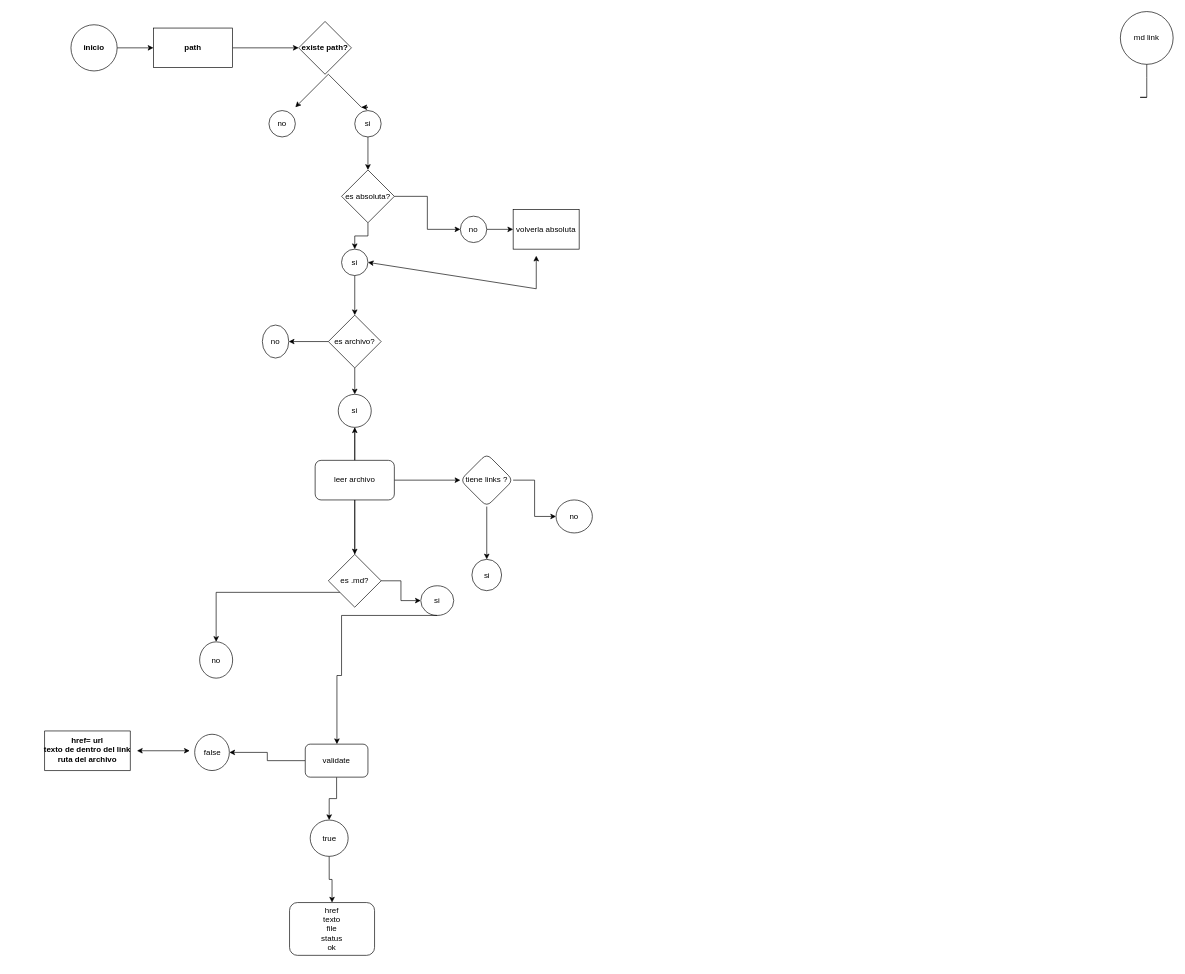
MarjorieAlonso/DEV001-md-links keeps this draw.io diagram as Diagrama sin título.drawio. Above is the earlier version. Source tidied: cells renumbered, new cells numbered last; positions are measured from the earlier drawing's top-left corner, leaving out a move shared by most shapes. Both pictures are drawn from the tidied source at 66%, with x=0, y=0 at pixel (44, 11).
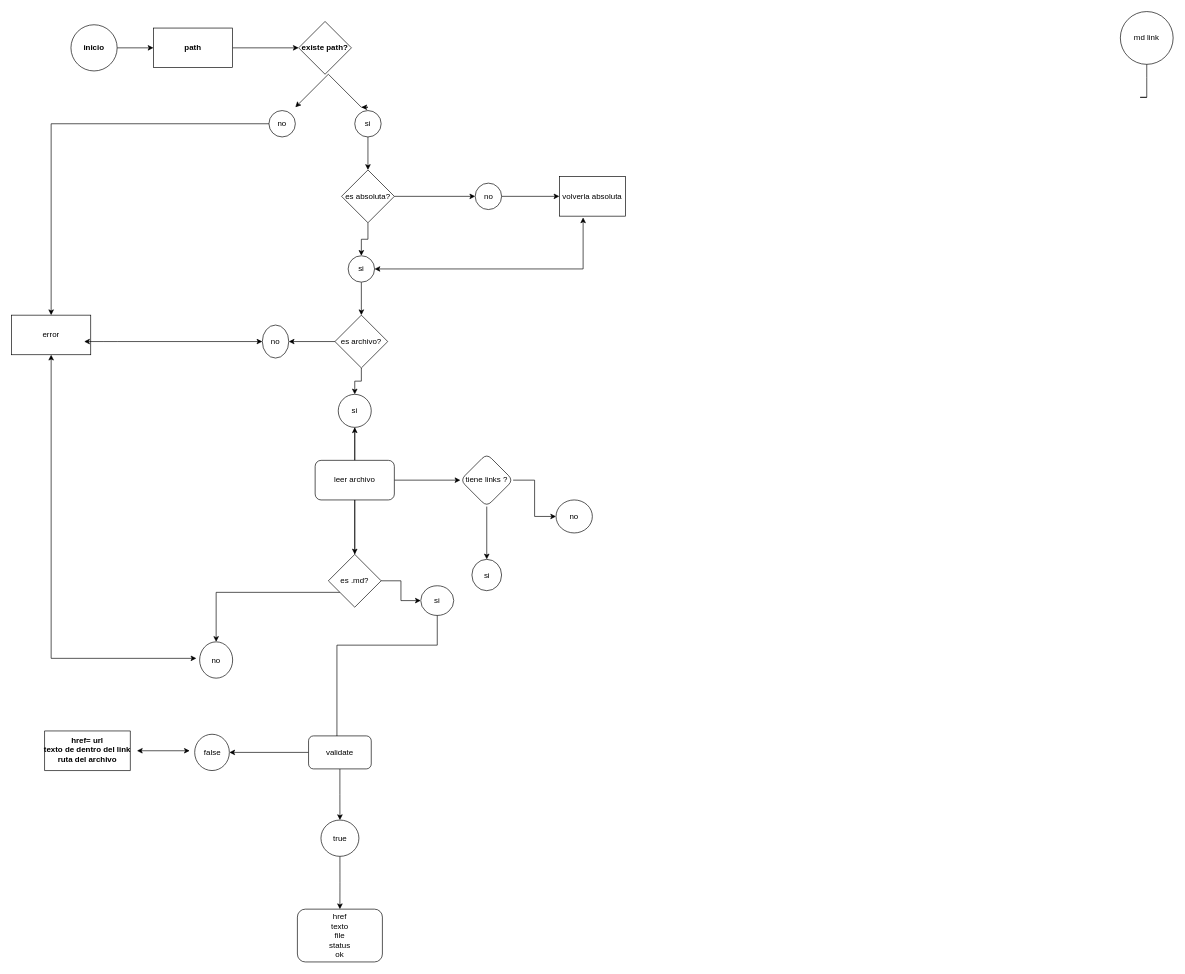
Above is the later version.

Unchanged cells that the change refers to:
```xml
<mxCell id="13" value="no" style="ellipse;whiteSpace=wrap;html=1;" parent="1" vertex="1">
  <mxGeometry x="340" y="150" width="40" height="40" as="geometry" />
</mxCell>
<mxCell id="25" value="no" style="ellipse;whiteSpace=wrap;html=1;" parent="1" vertex="1">
  <mxGeometry x="330" y="475" width="40" height="50" as="geometry" />
</mxCell>
<mxCell id="32" value="si" style="ellipse;whiteSpace=wrap;html=1;" parent="1" vertex="1">
  <mxGeometry x="570" y="870" width="50" height="45" as="geometry" />
</mxCell>
```

The edit, as a diff of the source:
```diff
@@
+    <mxCell id="53" style="edgeStyle=orthogonalEdgeStyle;rounded=0;jettySize=auto;html=1;" parent="1" edge="1" source="13" target="54">
+      <mxGeometry relative="1" as="geometry" />
+    </mxCell>
@@
     <mxCell id="18" value="no" style="ellipse;whiteSpace=wrap;html=1;" parent="1" vertex="1">
-      <mxGeometry x="630" y="310" width="40" height="40" as="geometry" />
+      <mxGeometry x="652.5" y="260" width="40" height="40" as="geometry" />
     </mxCell>
@@
     <mxCell id="20" value="si" style="ellipse;whiteSpace=wrap;html=1;" parent="1" vertex="1">
-      <mxGeometry x="450" y="360" width="40" height="40" as="geometry" />
+      <mxGeometry x="460" y="370" width="40" height="40" as="geometry" />
     </mxCell>
     <mxCell id="21" value="volverla absoluta" style="whiteSpace=wrap;html=1;" parent="1" vertex="1">
-      <mxGeometry x="710" y="300" width="100" height="60" as="geometry" />
+      <mxGeometry x="780" y="250" width="100" height="60" as="geometry" />
     </mxCell>
@@
     <mxCell id="24" value="es archivo?" style="rhombus;whiteSpace=wrap;html=1;" parent="1" vertex="1">
-      <mxGeometry x="430" y="460" width="80" height="80" as="geometry" />
+      <mxGeometry x="440" y="460" width="80" height="80" as="geometry" />
     </mxCell>
@@
-    <mxCell id="33" style="edgeStyle=orthogonalEdgeStyle;rounded=0;jettySize=auto;html=1;startArrow=none;exitX=0.5;exitY=1;exitDx=0;exitDy=0;" parent="1" edge="1" source="32" target="38">
+    <mxCell id="33" style="edgeStyle=orthogonalEdgeStyle;rounded=0;jettySize=auto;html=1;startArrow=none;exitX=0.5;exitY=1;exitDx=0;exitDy=0;" parent="1" edge="1" source="32">
       <mxGeometry relative="1" as="geometry">
+        <mxPoint x="440" y="1100" as="targetPoint" />
         <Array as="points">
-          <mxPoint x="450" y="915" />
-          <mxPoint x="450" y="1006" />
-          <mxPoint x="443" y="1006" />
+          <mxPoint x="595" y="960" />
+          <mxPoint x="443" y="960" />
+          <mxPoint x="443" y="1110" />
+          <mxPoint x="440" y="1110" />
         </Array>
       </mxGeometry>
     </mxCell>
@@
     <mxCell id="38" value="validate" style="rounded=1;whiteSpace=wrap;html=1;" parent="1" vertex="1">
-      <mxGeometry x="395" y="1110" width="95" height="50" as="geometry" />
+      <mxGeometry x="400" y="1097.5" width="95" height="50" as="geometry" />
     </mxCell>
@@
     <mxCell id="46" value="true" style="ellipse;whiteSpace=wrap;html=1;rounded=1;" parent="1" vertex="1">
-      <mxGeometry x="402.5" y="1225" width="57.5" height="55" as="geometry" />
+      <mxGeometry x="418.8" y="1225" width="57.5" height="55" as="geometry" />
     </mxCell>
@@
     <mxCell id="49" value="href&lt;br&gt;texto&lt;br&gt;file&lt;br&gt;status&lt;br&gt;ok&lt;br&gt;" style="rounded=1;whiteSpace=wrap;html=1;" parent="1" vertex="1">
-      <mxGeometry x="371.2" y="1350" width="128.8" height="80" as="geometry" />
+      <mxGeometry x="383.1" y="1360" width="128.8" height="80" as="geometry" />
     </mxCell>
-    <mxCell id="50" style="endArrow=classic;startArrow=classic;html=1;rounded=0;exitX=1;exitY=0.5;exitDx=0;exitDy=0;" parent="1" edge="1" source="20">
+    <mxCell id="50" style="endArrow=classic;startArrow=classic;html=1;rounded=0;exitX=1;exitY=0.5;exitDx=0;exitDy=0;entryX=0.36;entryY=1.033;entryDx=0;entryDy=0;entryPerimeter=0;" parent="1" edge="1" source="20" target="21">
       <mxGeometry relative="1" as="geometry">
-        <mxPoint x="745" y="370" as="targetPoint" />
         <Array as="points">
-          <mxPoint x="745" y="420" />
+          <mxPoint x="816" y="390" />
         </Array>
       </mxGeometry>
     </mxCell>
@@
+    <mxCell id="54" value="error" style="whiteSpace=wrap;html=1;" parent="1" vertex="1">
+      <mxGeometry x="-50" y="460" width="120" height="60" as="geometry" />
+    </mxCell>
+    <mxCell id="55" style="endArrow=classic;startArrow=classic;html=1;rounded=0;entryX=0;entryY=0.5;entryDx=0;entryDy=0;" parent="1" edge="1" target="25">
+      <mxGeometry relative="1" as="geometry">
+        <mxPoint x="60" y="500" as="sourcePoint" />
+        <Array as="points">
+          <mxPoint x="90" y="500" />
+          <mxPoint x="110" y="500" />
+        </Array>
+      </mxGeometry>
+    </mxCell>
+    <mxCell id="56" style="endArrow=classic;startArrow=classic;html=1;rounded=0;entryX=0.5;entryY=1;entryDx=0;entryDy=0;" parent="1" edge="1" target="54">
+      <mxGeometry relative="1" as="geometry">
+        <mxPoint x="230" y="980" as="sourcePoint" />
+        <Array as="points">
+          <mxPoint x="10" y="980" />
+        </Array>
+      </mxGeometry>
+    </mxCell>
```
